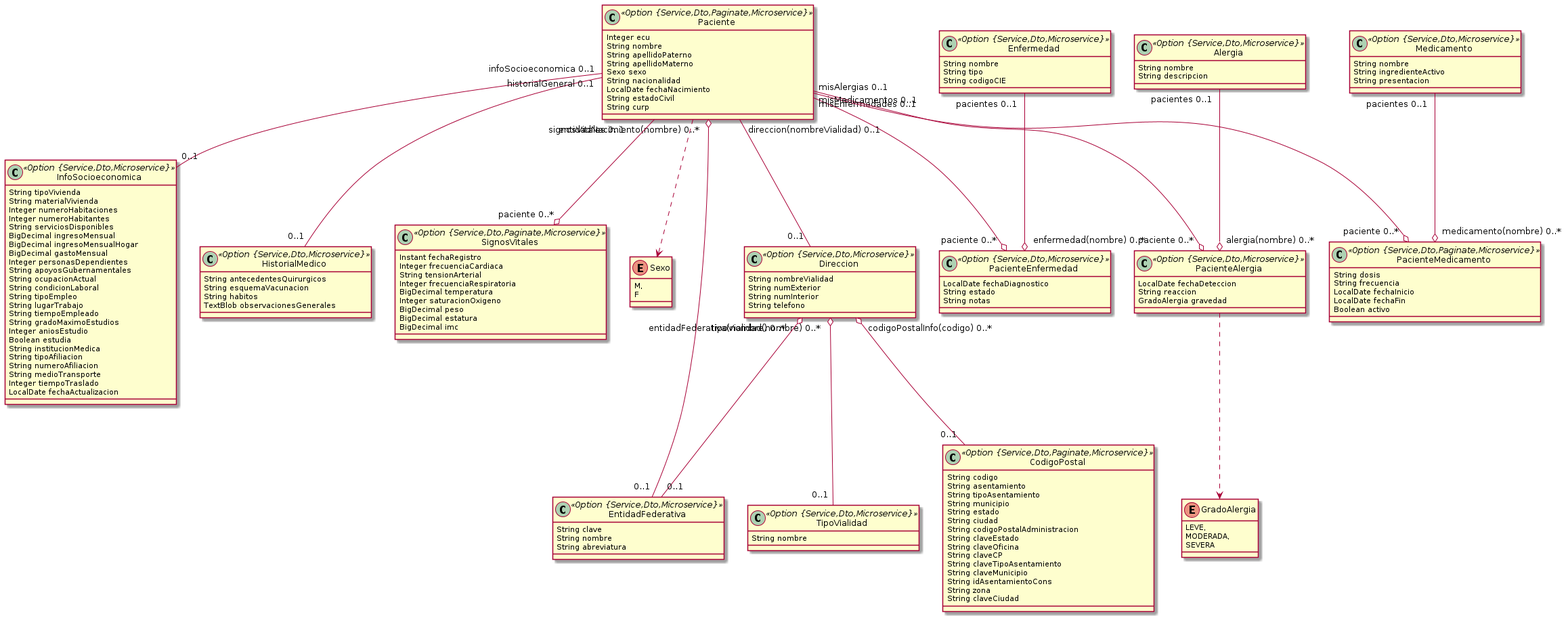
This is modelo.png from jesuarman02/INFOTEC-Hospital, a PlantUML export, as it was before one commit.
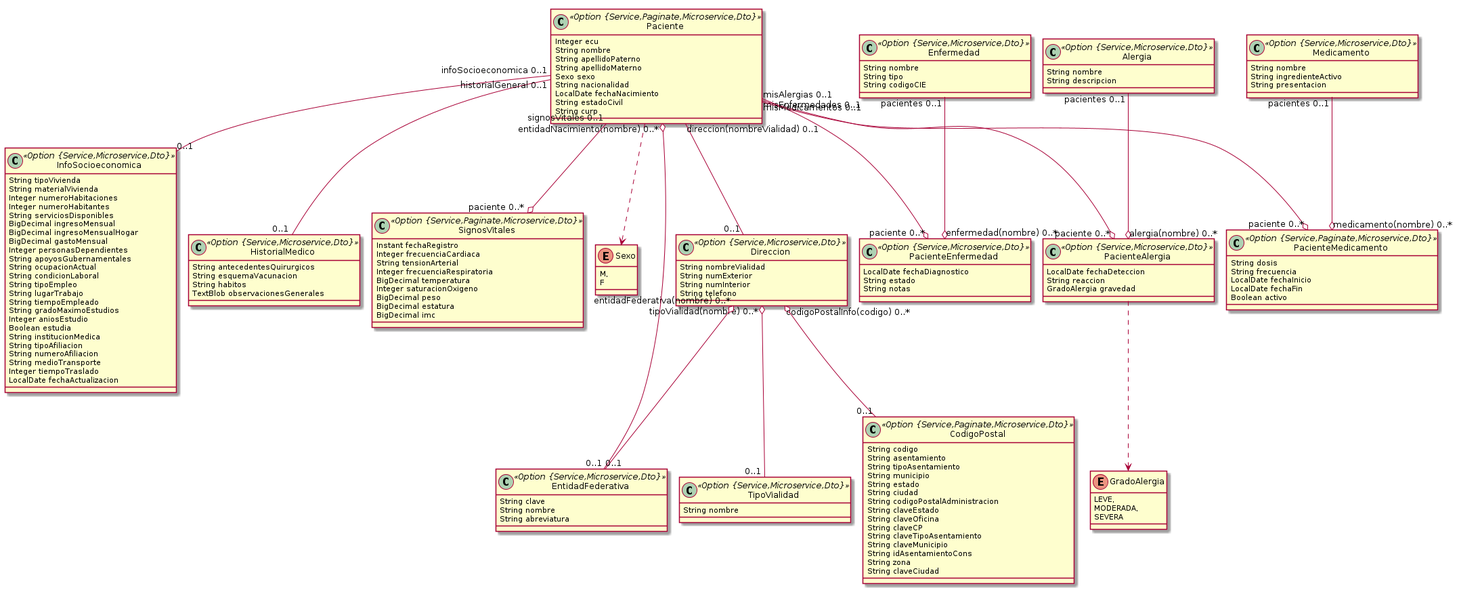
After the commit.

Change to the diagram source:
```diff
@@ -1,4 +1,5 @@
 @startuml
+	!pragma layout smetana
 	!pragma syntax class
 	enum Sexo {
 		M,
@@ -9,10 +10,10 @@
 		MODERADA,
 		SEVERA
 	}
-	class TipoVialidad <<Option {Service,Dto,Microservice}>> {
+	class TipoVialidad <<Option {Service,Microservice,Dto}>> {
 		String nombre
 	}
-	class CodigoPostal <<Option {Service,Dto,Paginate,Microservice}>> {
+	class CodigoPostal <<Option {Service,Paginate,Microservice,Dto}>> {
 		String codigo
 		String asentamiento
 		String tipoAsentamiento
@@ -29,18 +30,18 @@
 		String zona
 		String claveCiudad
 	}
-	class EntidadFederativa <<Option {Service,Dto,Microservice}>> {
+	class EntidadFederativa <<Option {Service,Microservice,Dto}>> {
 		String clave
 		String nombre
 		String abreviatura
 	}
-	class Direccion <<Option {Service,Dto,Microservice}>> {
+	class Direccion <<Option {Service,Microservice,Dto}>> {
 		String nombreVialidad
 		String numExterior
 		String numInterior
 		String telefono
 	}
-	class Paciente <<Option {Service,Dto,Paginate,Microservice}>> {
+	class Paciente <<Option {Service,Paginate,Microservice,Dto}>> {
 		Integer ecu
 		String nombre
 		String apellidoPaterno
@@ -52,7 +53,7 @@
 		String curp
 	}
 	Paciente ..> Sexo
-	class InfoSocioeconomica <<Option {Service,Dto,Microservice}>> {
+	class InfoSocioeconomica <<Option {Service,Microservice,Dto}>> {
 		String tipoVivienda
 		String materialVivienda
 		Integer numeroHabitaciones
@@ -78,13 +79,13 @@
 		Integer tiempoTraslado
 		LocalDate fechaActualizacion
 	}
-	class HistorialMedico <<Option {Service,Dto,Microservice}>> {
+	class HistorialMedico <<Option {Service,Microservice,Dto}>> {
 		String antecedentesQuirurgicos
 		String esquemaVacunacion
 		String habitos
 		TextBlob observacionesGenerales
 	}
-	class SignosVitales <<Option {Service,Dto,Paginate,Microservice}>> {
+	class SignosVitales <<Option {Service,Paginate,Microservice,Dto}>> {
 		Instant fechaRegistro
 		Integer frecuenciaCardiaca
 		String tensionArterial
@@ -95,32 +96,32 @@
 		BigDecimal estatura
 		BigDecimal imc
 	}
-	class Enfermedad <<Option {Service,Dto,Microservice}>> {
+	class Enfermedad <<Option {Service,Microservice,Dto}>> {
 		String nombre
 		String tipo
 		String codigoCIE
 	}
-	class Alergia <<Option {Service,Dto,Microservice}>> {
+	class Alergia <<Option {Service,Microservice,Dto}>> {
 		String nombre
 		String descripcion
 	}
-	class Medicamento <<Option {Service,Dto,Microservice}>> {
+	class Medicamento <<Option {Service,Microservice,Dto}>> {
 		String nombre
 		String ingredienteActivo
 		String presentacion
 	}
-	class PacienteEnfermedad <<Option {Service,Dto,Microservice}>> {
+	class PacienteEnfermedad <<Option {Service,Microservice,Dto}>> {
 		LocalDate fechaDiagnostico
 		String estado
 		String notas
 	}
-	class PacienteAlergia <<Option {Service,Dto,Microservice}>> {
+	class PacienteAlergia <<Option {Service,Microservice,Dto}>> {
 		LocalDate fechaDeteccion
 		String reaccion
 		GradoAlergia gravedad
 	}
 	PacienteAlergia ..> GradoAlergia
-	class PacienteMedicamento <<Option {Service,Dto,Paginate,Microservice}>> {
+	class PacienteMedicamento <<Option {Service,Paginate,Microservice,Dto}>> {
 		String dosis
 		String frecuencia
 		LocalDate fechaInicio
```
